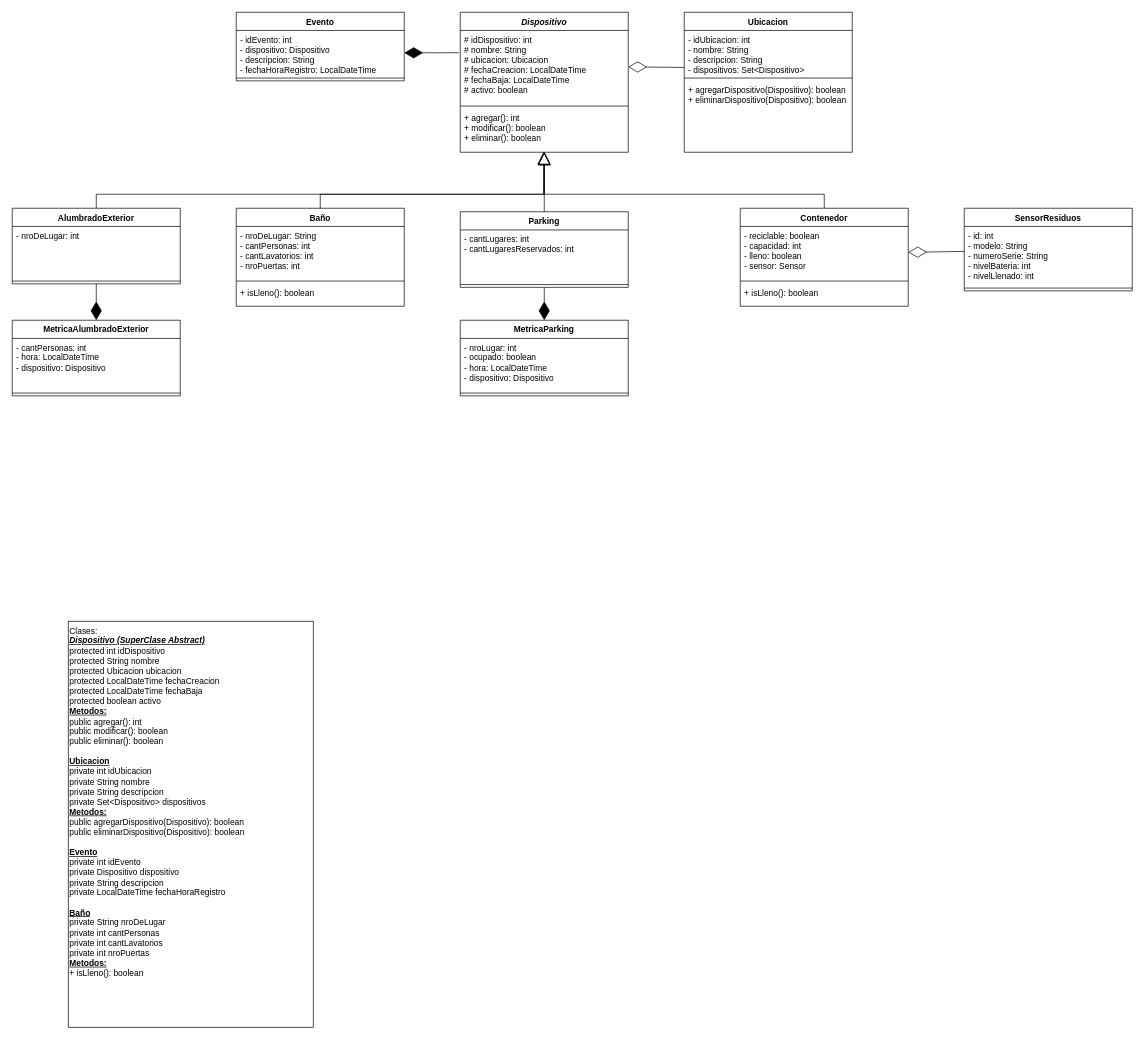
Earlier version of the draw.io diagram Diagrama de Clases - Grupo 17.drawio (BarbaraNewman/grupo-17-OO2-2023). Source tidied: cells renumbered, new cells numbered last; positions are measured from the earlier drawing's top-left corner, leaving out a move shared by most shapes. Both pictures are drawn from the tidied source at 70%, with x=0, y=0 at pixel (12, 12).
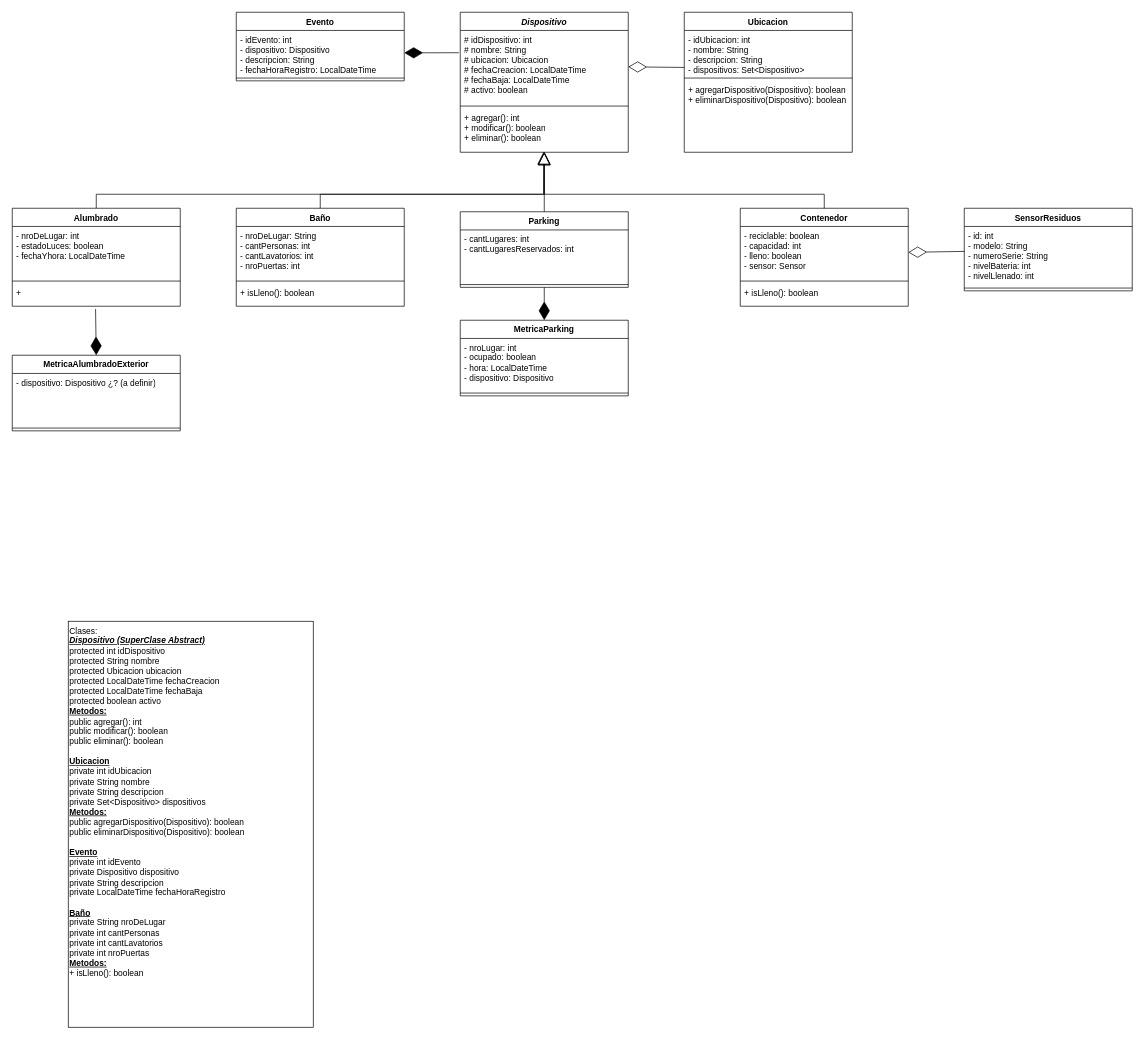
After the change.

Commit message (it also covers changes not shown here):
Update Diagrama de Clases

The edit, as a diff of the source:
```diff
@@
-    <mxCell id="29" value="AlumbradoExterior" style="swimlane;fontStyle=1;align=center;verticalAlign=top;horizontal=1;startSize=26;whiteSpace=wrap;html=1;" parent="1" vertex="1">
-      <mxGeometry y="280" width="240" height="108" as="geometry" />
-    </mxCell>
-    <mxCell id="30" value="- nroDeLugar: int" style="text;strokeColor=none;fillColor=none;align=left;verticalAlign=top;spacingLeft=4;spacingRight=4;overflow=hidden;whiteSpace=wrap;html=1;" parent="29" vertex="1">
-      <mxGeometry y="26" width="240" height="74" as="geometry" />
-    </mxCell>
-    <mxCell id="31" style="line;strokeWidth=1;fillColor=none;align=left;verticalAlign=middle;spacingTop=-1;spacingLeft=3;spacingRight=3;labelPosition=right;strokeColor=inherit;" parent="29" vertex="1">
-      <mxGeometry y="100" width="240" height="8" as="geometry" />
-    </mxCell>
-    <mxCell id="32" style="endArrow=block;endSize=16;endFill=0;html=1;rounded=0;exitX=0.5;exitY=0;exitDx=0;exitDy=0;" parent="1" edge="1" source="29">
+    <mxCell id="32" style="endArrow=block;endSize=16;endFill=0;html=1;rounded=0;exitX=0.5;exitY=0;exitDx=0;exitDy=0;" parent="1" edge="1">
       <mxGeometry x="-0.55" relative="1" as="geometry">
+        <mxPoint x="120" y="280" as="sourcePoint" />
         <mxPoint x="760" y="200" as="targetPoint" />
         <Array as="points">
           <mxPoint x="120" y="260" />
           <mxPoint x="760" y="260" />
         </Array>
       </mxGeometry>
     </mxCell>
     <mxCell id="33" value="MetricaAlumbradoExterior" style="swimlane;fontStyle=1;align=center;verticalAlign=top;horizontal=1;startSize=26;whiteSpace=wrap;html=1;" parent="1" vertex="1">
-      <mxGeometry y="440" width="240" height="108" as="geometry" />
+      <mxGeometry y="490" width="240" height="108" as="geometry" />
     </mxCell>
-    <mxCell id="34" value="- cantPersonas: int&lt;br&gt;- hora: LocalDateTime&lt;br&gt;- dispositivo: Dispositivo" style="text;strokeColor=none;fillColor=none;align=left;verticalAlign=top;spacingLeft=4;spacingRight=4;overflow=hidden;whiteSpace=wrap;html=1;" parent="33" vertex="1">
+    <mxCell id="34" value="- dispositivo: Dispositivo ¿? (a definir)" style="text;strokeColor=none;fillColor=none;align=left;verticalAlign=top;spacingLeft=4;spacingRight=4;overflow=hidden;whiteSpace=wrap;html=1;" parent="33" vertex="1">
       <mxGeometry y="26" width="240" height="74" as="geometry" />
     </mxCell>
@@
-    <mxCell id="44" style="endArrow=diamondThin;endFill=1;endSize=24;html=1;rounded=0;exitX=0.5;exitY=1;exitDx=0;exitDy=0;entryX=0.5;entryY=0;entryDx=0;entryDy=0;" parent="1" edge="1" source="29" target="33">
+    <mxCell id="44" style="endArrow=diamondThin;endFill=1;endSize=24;html=1;rounded=0;exitX=0.496;exitY=1.125;exitDx=0;exitDy=0;entryX=0.5;entryY=0;entryDx=0;entryDy=0;exitPerimeter=0;" parent="1" edge="1" source="48" target="33">
       <mxGeometry relative="1" as="geometry" />
     </mxCell>
@@
+    <mxCell id="46" value="Alumbrado" style="swimlane;fontStyle=1;align=center;verticalAlign=top;horizontal=1;startSize=26;whiteSpace=wrap;html=1;" parent="1" vertex="1">
+      <mxGeometry y="280" width="240" height="140" as="geometry" />
+    </mxCell>
+    <mxCell id="47" value="&lt;div&gt;- nroDeLugar: int&lt;/div&gt;&lt;div&gt;- estadoLuces: boolean&lt;/div&gt;&lt;div&gt;- fechaYhora: LocalDateTime&lt;/div&gt;&lt;div&gt;&lt;br&gt;&lt;/div&gt;" style="text;strokeColor=none;fillColor=none;align=left;verticalAlign=top;spacingLeft=4;spacingRight=4;overflow=hidden;whiteSpace=wrap;html=1;" parent="46" vertex="1">
+      <mxGeometry y="26" width="240" height="74" as="geometry" />
+    </mxCell>
+    <mxCell id="31" style="line;strokeWidth=1;fillColor=none;align=left;verticalAlign=middle;spacingTop=-1;spacingLeft=3;spacingRight=3;labelPosition=right;strokeColor=inherit;" parent="46" vertex="1">
+      <mxGeometry y="100" width="240" height="8" as="geometry" />
+    </mxCell>
+    <mxCell id="48" value="+&amp;nbsp;&amp;nbsp;" style="text;strokeColor=none;fillColor=none;align=left;verticalAlign=top;spacingLeft=4;spacingRight=4;overflow=hidden;points=[[0,0.5],[1,0.5]];portConstraint=eastwest;whiteSpace=wrap;html=1;" parent="46" vertex="1">
+      <mxGeometry y="108" width="240" height="32" as="geometry" />
+    </mxCell>
```
